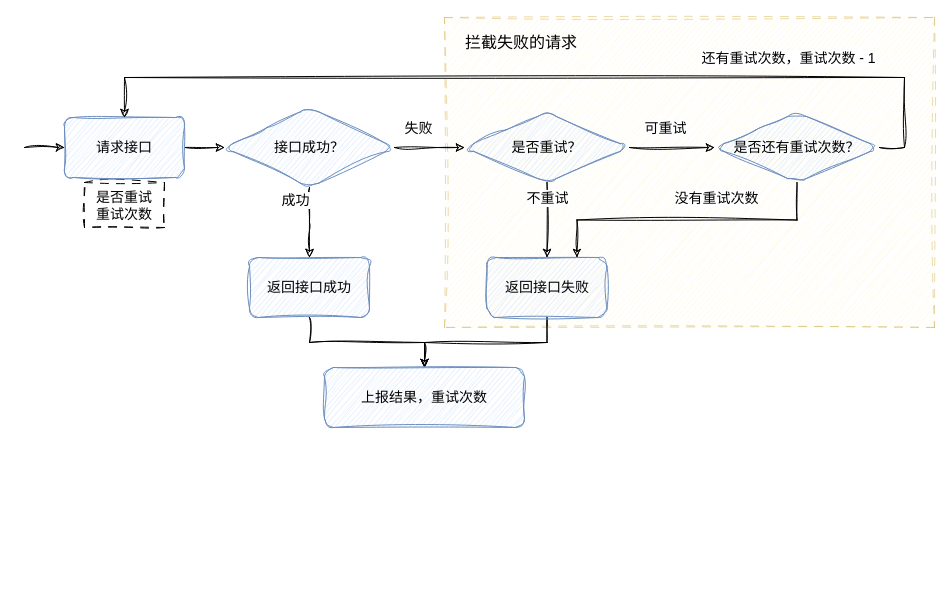
Above: page "第 4 页" (4 of 4) of 未命名绘图.drawio in Darkindom/draw-the-diagrams (draw.io), before the change. Source tidied: cells renumbered, new cells numbered last; positions are measured from the earlier drawing's top-left corner, leaving out a move shared by most shapes. Both pictures are drawn from the tidied source at 100%, with x=0, y=0 at pixel (24, 17).
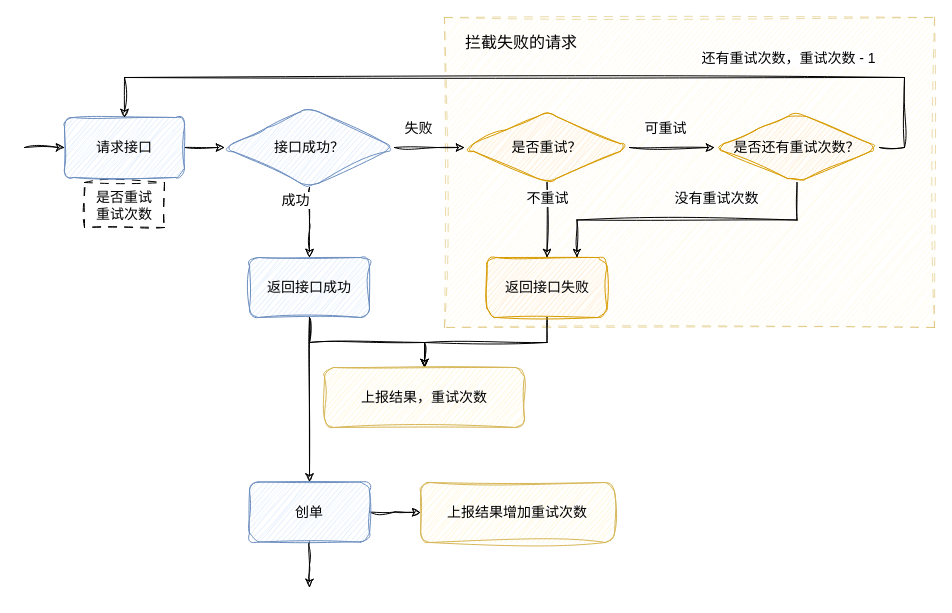
After the change.

Unchanged cells that the change refers to:
```xml
<mxCell id="25" value="返回接口成功" style="whiteSpace=wrap;html=1;fontSize=14;fontFamily=手札体-简;fillColor=#dae8fc;strokeColor=#6c8ebf;rounded=1;sketch=1;hachureGap=4;jiggle=2;curveFitting=1;" parent="1" vertex="1">
  <mxGeometry x="225" y="240" width="120" height="60" as="geometry" />
</mxCell>
```

Change to the diagram source:
```diff
@@
-    <mxCell id="13" value="&lt;div style=&quot;font-size: 14px;&quot;&gt;是否重试？&lt;/div&gt;" style="rhombus;whiteSpace=wrap;html=1;fontSize=14;fontFamily=手札体-简;fillColor=#dae8fc;strokeColor=#6c8ebf;rounded=1;sketch=1;hachureGap=4;jiggle=2;curveFitting=1;" parent="1" vertex="1">
+    <mxCell id="13" value="&lt;div style=&quot;font-size: 14px;&quot;&gt;是否重试？&lt;/div&gt;" style="rhombus;whiteSpace=wrap;html=1;fontSize=14;fontFamily=手札体-简;fillColor=#ffe6cc;strokeColor=#d79b00;rounded=1;sketch=1;hachureGap=4;jiggle=2;curveFitting=1;" parent="1" vertex="1">
       <mxGeometry x="440" y="95" width="165" height="70" as="geometry" />
     </mxCell>
@@
-    <mxCell id="20" value="是否还有重试次数？" style="rhombus;whiteSpace=wrap;html=1;fontSize=14;fontFamily=手札体-简;fillColor=#dae8fc;strokeColor=#6c8ebf;rounded=1;sketch=1;hachureGap=4;jiggle=2;curveFitting=1;" parent="1" vertex="1">
+    <mxCell id="20" value="是否还有重试次数？" style="rhombus;whiteSpace=wrap;html=1;fontSize=14;fontFamily=手札体-简;fillColor=#ffe6cc;strokeColor=#d79b00;rounded=1;sketch=1;hachureGap=4;jiggle=2;curveFitting=1;" parent="1" vertex="1">
       <mxGeometry x="690" y="95" width="165" height="70" as="geometry" />
     </mxCell>
@@
-    <mxCell id="22" value="返回接口失败" style="whiteSpace=wrap;html=1;fontSize=14;fontFamily=手札体-简;fillColor=#dae8fc;strokeColor=#6c8ebf;rounded=1;sketch=1;hachureGap=4;jiggle=2;curveFitting=1;" parent="1" vertex="1">
+    <mxCell id="22" value="返回接口失败" style="whiteSpace=wrap;html=1;fontSize=14;fontFamily=手札体-简;fillColor=#ffe6cc;strokeColor=#d79b00;rounded=1;sketch=1;hachureGap=4;jiggle=2;curveFitting=1;" parent="1" vertex="1">
       <mxGeometry x="462.5" y="240" width="120" height="60" as="geometry" />
     </mxCell>
@@
+    <mxCell id="29" style="edgeStyle=orthogonalEdgeStyle;rounded=0;sketch=1;hachureGap=4;jiggle=2;curveFitting=1;jettySize=auto;html=1;exitX=0.5;exitY=1;exitDx=0;exitDy=0;fontFamily=Architects Daughter;entryX=0.5;entryY=0;entryDx=0;entryDy=0;" parent="1" edge="1" source="25" target="32">
+      <mxGeometry relative="1" as="geometry" />
+    </mxCell>
@@
-    <mxCell id="26" value="上报结果，&lt;span style=&quot;background-color: initial;&quot;&gt;重试次数&lt;/span&gt;" style="whiteSpace=wrap;html=1;fontSize=14;fontFamily=手札体-简;fillColor=#dae8fc;strokeColor=#6c8ebf;rounded=1;sketch=1;hachureGap=4;jiggle=2;curveFitting=1;" parent="1" vertex="1">
+    <mxCell id="26" value="上报结果，&lt;span style=&quot;background-color: initial;&quot;&gt;重试次数&lt;/span&gt;" style="whiteSpace=wrap;html=1;fontSize=14;fontFamily=手札体-简;fillColor=#fff2cc;strokeColor=#d6b656;rounded=1;sketch=1;hachureGap=4;jiggle=2;curveFitting=1;" parent="1" vertex="1">
       <mxGeometry x="300" y="350" width="200" height="60" as="geometry" />
     </mxCell>
@@
+    <mxCell id="30" style="edgeStyle=orthogonalEdgeStyle;rounded=0;sketch=1;hachureGap=4;jiggle=2;curveFitting=1;jettySize=auto;html=1;fontFamily=Architects Daughter;" parent="1" edge="1" source="32">
+      <mxGeometry relative="1" as="geometry">
+        <mxPoint x="285" y="570" as="targetPoint" />
+      </mxGeometry>
+    </mxCell>
+    <mxCell id="31" style="edgeStyle=orthogonalEdgeStyle;rounded=0;sketch=1;hachureGap=4;jiggle=2;curveFitting=1;jettySize=auto;html=1;exitX=1;exitY=0.5;exitDx=0;exitDy=0;entryX=0;entryY=0.5;entryDx=0;entryDy=0;fontFamily=Architects Daughter;" parent="1" edge="1" source="32" target="33">
+      <mxGeometry relative="1" as="geometry" />
+    </mxCell>
+    <mxCell id="32" value="创单" style="whiteSpace=wrap;html=1;fontSize=14;fontFamily=手札体-简;fillColor=#dae8fc;strokeColor=#6c8ebf;rounded=1;sketch=1;hachureGap=4;jiggle=2;curveFitting=1;" parent="1" vertex="1">
+      <mxGeometry x="225" y="464.5" width="120" height="60" as="geometry" />
+    </mxCell>
+    <mxCell id="33" value="上报结果增加&lt;span style=&quot;background-color: initial;&quot;&gt;重试次数&lt;/span&gt;" style="whiteSpace=wrap;html=1;fontSize=14;fontFamily=手札体-简;fillColor=#fff2cc;strokeColor=#d6b656;rounded=1;sketch=1;hachureGap=4;jiggle=2;curveFitting=1;" parent="1" vertex="1">
+      <mxGeometry x="396.2" y="465" width="193.8" height="60" as="geometry" />
+    </mxCell>
```
